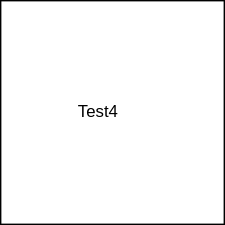
Above: diagrams/contextdiagram.svg in martintara/kaffeknekt (draw.io), before the change. Source tidied: cells renumbered, new cells last; positions are measured from the earlier drawing's top-left corner, leaving out a move shared by most shapes.
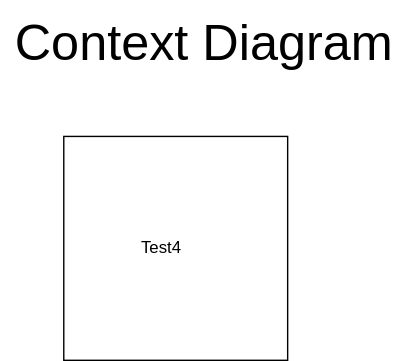
Above is the later version.

Diff of the diagram source:
```diff
@@ -8,5 +8,8 @@
     <mxCell id="3" value="Test4" style="text;html=1;align=center;verticalAlign=middle;whiteSpace=wrap;rounded=0;" parent="1" vertex="1">
       <mxGeometry x="40" y="65" width="60" height="30" as="geometry" />
     </mxCell>
+    <mxCell id="4" value="&lt;font style=&quot;font-size: 36px;&quot;&gt;Context Diagram&lt;/font&gt;" style="text;html=1;align=center;verticalAlign=middle;strokeColor=none;fillColor=none;" parent="1" vertex="1">
+      <mxGeometry x="-45" y="-97" width="290" height="60" as="geometry" />
+    </mxCell>
   </root>
 </mxGraphModel>
```
